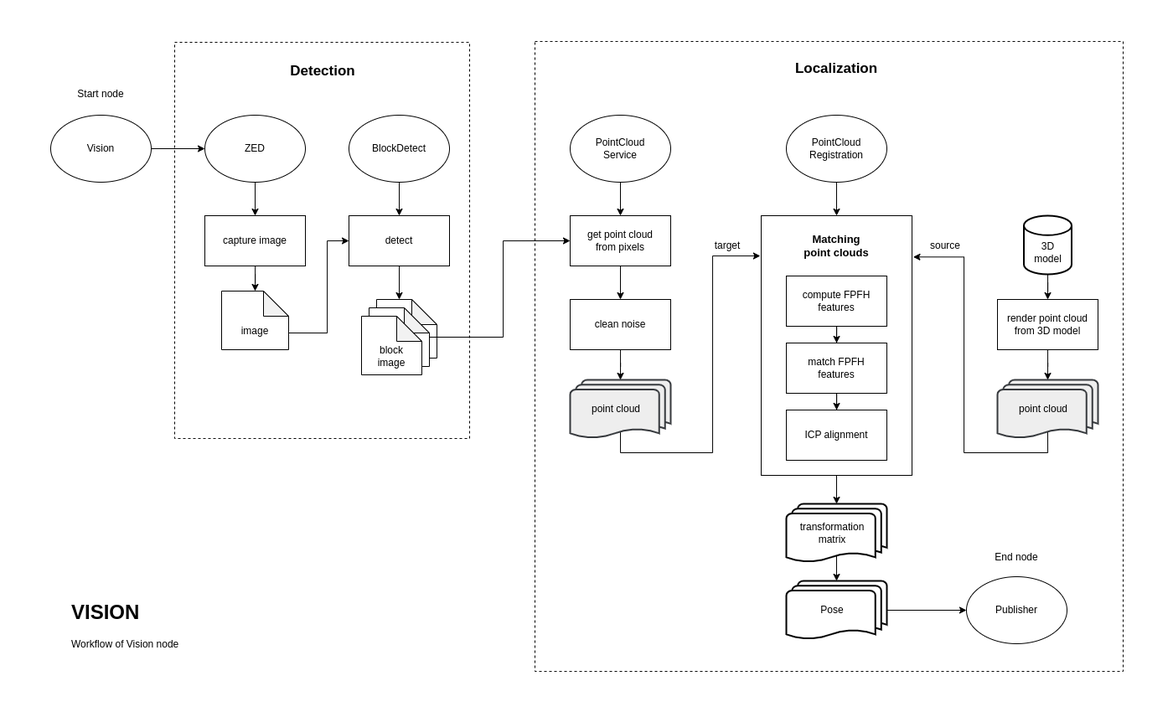
This is docs/design-vision.png from anhtuduong/UR5LegoVision, a draw.io export, as it was before one commit. Source tidied: cells renumbered, new cells last; positions are measured from the earlier drawing's top-left corner, leaving out a move shared by most shapes.
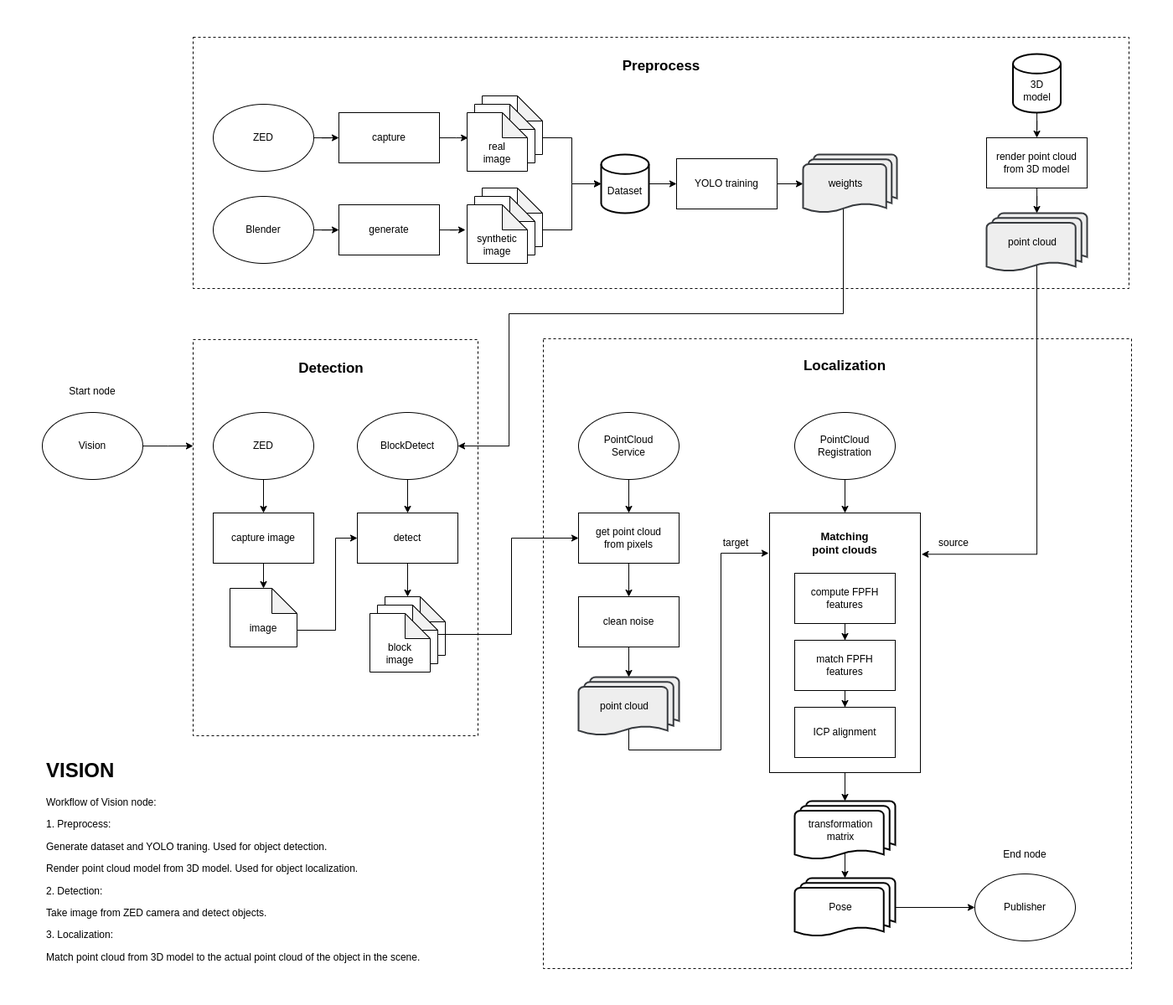
Above is the later version.

Diff of the diagram source:
```diff
@@ -2,6 +2,9 @@
   <root>
     <mxCell id="0" />
     <mxCell id="1" parent="0" />
+    <mxCell id="58" style="rounded=0;whiteSpace=wrap;html=1;dashed=1;" parent="1" vertex="1">
+      <mxGeometry x="160" y="-360" width="1117" height="300" as="geometry" />
+    </mxCell>
     <mxCell id="2" style="rounded=0;whiteSpace=wrap;html=1;dashed=1;" parent="1" vertex="1">
       <mxGeometry x="578" width="702" height="752" as="geometry" />
     </mxCell>
@@ -12,7 +15,7 @@
       <mxGeometry x="848" y="208" width="180" height="310" as="geometry" />
     </mxCell>
     <mxCell id="5" style="rounded=0;whiteSpace=wrap;html=1;dashed=1;" parent="1" vertex="1">
-      <mxGeometry x="148" y="1" width="352" height="473" as="geometry" />
+      <mxGeometry x="160" y="1" width="340" height="473" as="geometry" />
     </mxCell>
     <mxCell id="6" value="detect" style="rounded=0;whiteSpace=wrap;html=1;" parent="1" vertex="1">
       <mxGeometry x="356" y="208" width="120" height="60" as="geometry" />
@@ -98,22 +101,20 @@
       <mxGeometry relative="1" as="geometry" />
     </mxCell>
     <mxCell id="30" value="3D&lt;br&gt;model" style="strokeWidth=2;html=1;shape=mxgraph.flowchart.database;whiteSpace=wrap;spacingTop=17;" parent="1" vertex="1">
-      <mxGeometry x="1161.5" y="208" width="57" height="70" as="geometry" />
+      <mxGeometry x="1138.5" y="-340" width="57" height="70" as="geometry" />
     </mxCell>
     <mxCell id="31" value="render point cloud&lt;br&gt;from 3D model" style="rounded=0;whiteSpace=wrap;html=1;" parent="1" vertex="1">
-      <mxGeometry x="1130" y="308" width="120" height="60" as="geometry" />
+      <mxGeometry x="1107" y="-240" width="120" height="60" as="geometry" />
     </mxCell>
     <mxCell id="32" style="edgeStyle=orthogonalEdgeStyle;rounded=0;jettySize=auto;html=1;exitX=0.5;exitY=0.88;exitDx=0;exitDy=0;exitPerimeter=0;entryX=1.008;entryY=0.159;entryDx=0;entryDy=0;entryPerimeter=0;" parent="1" edge="1" source="33" target="4">
       <mxGeometry relative="1" as="geometry">
         <Array as="points">
-          <mxPoint x="1190" y="491" />
-          <mxPoint x="1090" y="491" />
-          <mxPoint x="1090" y="257" />
+          <mxPoint x="1167" y="257" />
         </Array>
       </mxGeometry>
     </mxCell>
     <mxCell id="33" value="point cloud" style="strokeWidth=2;html=1;shape=mxgraph.flowchart.multi-document;whiteSpace=wrap;spacingRight=10;fillColor=#eeeeee;strokeColor=#36393d;" parent="1" vertex="1">
-      <mxGeometry x="1130" y="404" width="120" height="70" as="geometry" />
+      <mxGeometry x="1107" y="-150" width="120" height="70" as="geometry" />
     </mxCell>
     <mxCell id="34" style="edgeStyle=orthogonalEdgeStyle;rounded=0;jettySize=auto;html=1;entryX=0.5;entryY=0;entryDx=0;entryDy=0;entryPerimeter=0;" parent="1" edge="1" source="31" target="33">
       <mxGeometry relative="1" as="geometry" />
@@ -149,7 +150,7 @@
       <mxGeometry x="878" y="644" width="120" height="70" as="geometry" />
     </mxCell>
     <mxCell id="45" style="group;" parent="1" vertex="1">
-      <mxGeometry y="48" width="120" height="120" as="geometry" />
+      <mxGeometry x="-20" y="48" width="120" height="120" as="geometry" />
     </mxCell>
     <mxCell id="46" value="Start node" style="text;html=1;strokeColor=none;fillColor=none;align=center;verticalAlign=middle;whiteSpace=wrap;rounded=0;" parent="45" vertex="1">
       <mxGeometry x="30" width="60" height="30" as="geometry" />
@@ -157,8 +158,10 @@
     <mxCell id="47" value="Vision" style="ellipse;whiteSpace=wrap;html=1;" parent="45" vertex="1">
       <mxGeometry y="40" width="120" height="80" as="geometry" />
     </mxCell>
-    <mxCell id="48" style="edgeStyle=orthogonalEdgeStyle;rounded=0;jettySize=auto;html=1;entryX=0;entryY=0.5;entryDx=0;entryDy=0;" parent="1" edge="1" source="47" target="8">
-      <mxGeometry relative="1" as="geometry" />
+    <mxCell id="48" style="edgeStyle=orthogonalEdgeStyle;rounded=0;jettySize=auto;html=1;" parent="1" edge="1" source="47">
+      <mxGeometry relative="1" as="geometry">
+        <mxPoint x="160" y="128" as="targetPoint" />
+      </mxGeometry>
     </mxCell>
     <mxCell id="49" style="edgeStyle=orthogonalEdgeStyle;rounded=0;jettySize=auto;html=1;entryX=0.5;entryY=0;entryDx=0;entryDy=0;entryPerimeter=0;" parent="1" edge="1" source="50" target="13">
       <mxGeometry relative="1" as="geometry" />
@@ -189,8 +192,89 @@
     <mxCell id="56" value="End node" style="text;html=1;strokeColor=none;fillColor=none;align=center;verticalAlign=middle;whiteSpace=wrap;rounded=0;" parent="1" vertex="1">
       <mxGeometry x="1123" y="601" width="60" height="30" as="geometry" />
     </mxCell>
-    <mxCell id="57" value="&lt;h1&gt;VISION&lt;/h1&gt;&lt;p&gt;Workflow of Vision node&lt;/p&gt;" style="text;html=1;strokeColor=none;fillColor=none;spacing=5;spacingTop=-20;whiteSpace=wrap;overflow=hidden;rounded=0;" parent="1" vertex="1">
-      <mxGeometry x="20" y="662" width="190" height="90" as="geometry" />
+    <mxCell id="57" value="&lt;h1&gt;VISION&lt;/h1&gt;&lt;p&gt;Workflow of Vision node:&lt;/p&gt;&lt;p&gt;1. Preprocess:&lt;/p&gt;&lt;p&gt;Generate dataset and YOLO traning. Used for object detection.&lt;/p&gt;&lt;p&gt;Render point cloud model from 3D model. Used for object localization.&lt;/p&gt;&lt;p&gt;2. Detection:&lt;/p&gt;&lt;p&gt;Take image from ZED camera and detect objects.&lt;/p&gt;&lt;p&gt;3. Localization:&lt;/p&gt;&lt;p&gt;Match point cloud from 3D model to the actual point cloud of the object in the scene.&lt;/p&gt;" style="text;html=1;strokeColor=none;fillColor=none;spacing=5;spacingTop=-20;whiteSpace=wrap;overflow=hidden;rounded=0;" parent="1" vertex="1">
+      <mxGeometry x="-20" y="496" width="456" height="256" as="geometry" />
     </mxCell>
+    <mxCell id="59" style="edgeStyle=orthogonalEdgeStyle;rounded=0;jettySize=auto;html=1;entryX=0;entryY=0.5;entryDx=0;entryDy=0;" parent="1" edge="1" source="60" target="62">
+      <mxGeometry relative="1" as="geometry" />
+    </mxCell>
+    <mxCell id="60" value="ZED" style="ellipse;whiteSpace=wrap;html=1;" parent="1" vertex="1">
+      <mxGeometry x="184" y="-280" width="120" height="80" as="geometry" />
+    </mxCell>
+    <mxCell id="61" style="edgeStyle=orthogonalEdgeStyle;rounded=0;jettySize=auto;html=1;entryX=0.016;entryY=0.431;entryDx=0;entryDy=0;entryPerimeter=0;" parent="1" edge="1" source="62" target="66">
+      <mxGeometry relative="1" as="geometry" />
+    </mxCell>
+    <mxCell id="62" value="capture" style="rounded=0;whiteSpace=wrap;html=1;" parent="1" vertex="1">
+      <mxGeometry x="334" y="-270" width="120" height="60" as="geometry" />
+    </mxCell>
+    <mxCell id="63" style="group;" parent="1" vertex="1">
+      <mxGeometry x="487" y="-290" width="90" height="90" as="geometry" />
+    </mxCell>
+    <mxCell id="64" value="block&lt;br&gt;image" style="shape=note;whiteSpace=wrap;html=1;backgroundOutline=1;darkOpacity=0.05;verticalAlign=bottom;labelPosition=center;verticalLabelPosition=middle;align=center;spacingBottom=5;" parent="63" vertex="1">
+      <mxGeometry x="18" width="72" height="70" as="geometry" />
+    </mxCell>
+    <mxCell id="65" value="block&lt;br&gt;image" style="shape=note;whiteSpace=wrap;html=1;backgroundOutline=1;darkOpacity=0.05;verticalAlign=bottom;labelPosition=center;verticalLabelPosition=middle;align=center;spacingBottom=5;" parent="63" vertex="1">
+      <mxGeometry x="9" y="10" width="72" height="70" as="geometry" />
+    </mxCell>
+    <mxCell id="66" value="real&lt;br&gt;image" style="shape=note;whiteSpace=wrap;html=1;backgroundOutline=1;darkOpacity=0.05;verticalAlign=bottom;labelPosition=center;verticalLabelPosition=middle;align=center;spacingBottom=5;" parent="63" vertex="1">
+      <mxGeometry y="20" width="72" height="70" as="geometry" />
+    </mxCell>
+    <mxCell id="67" style="edgeStyle=orthogonalEdgeStyle;rounded=0;jettySize=auto;html=1;entryX=0;entryY=0.5;entryDx=0;entryDy=0;" parent="1" edge="1" source="68" target="70">
+      <mxGeometry relative="1" as="geometry" />
+    </mxCell>
+    <mxCell id="68" value="Blender" style="ellipse;whiteSpace=wrap;html=1;" parent="1" vertex="1">
+      <mxGeometry x="184" y="-170" width="120" height="80" as="geometry" />
+    </mxCell>
+    <mxCell id="69" style="edgeStyle=orthogonalEdgeStyle;rounded=0;jettySize=auto;html=1;entryX=-0.028;entryY=0.429;entryDx=0;entryDy=0;entryPerimeter=0;" parent="1" edge="1" source="70" target="74">
+      <mxGeometry relative="1" as="geometry" />
+    </mxCell>
+    <mxCell id="70" value="generate" style="rounded=0;whiteSpace=wrap;html=1;" parent="1" vertex="1">
+      <mxGeometry x="334" y="-160" width="120" height="60" as="geometry" />
+    </mxCell>
+    <mxCell id="71" style="group;" parent="1" vertex="1">
+      <mxGeometry x="487" y="-180" width="90" height="90" as="geometry" />
+    </mxCell>
+    <mxCell id="72" value="block&lt;br&gt;image" style="shape=note;whiteSpace=wrap;html=1;backgroundOutline=1;darkOpacity=0.05;verticalAlign=bottom;labelPosition=center;verticalLabelPosition=middle;align=center;spacingBottom=5;" parent="71" vertex="1">
+      <mxGeometry x="18" width="72" height="70" as="geometry" />
+    </mxCell>
+    <mxCell id="73" value="block&lt;br&gt;image" style="shape=note;whiteSpace=wrap;html=1;backgroundOutline=1;darkOpacity=0.05;verticalAlign=bottom;labelPosition=center;verticalLabelPosition=middle;align=center;spacingBottom=5;" parent="71" vertex="1">
+      <mxGeometry x="9" y="10" width="72" height="70" as="geometry" />
+    </mxCell>
+    <mxCell id="74" value="synthetic&lt;br&gt;image" style="shape=note;whiteSpace=wrap;html=1;backgroundOutline=1;darkOpacity=0.05;verticalAlign=bottom;labelPosition=center;verticalLabelPosition=middle;align=center;spacingBottom=5;" parent="71" vertex="1">
+      <mxGeometry y="20" width="72" height="70" as="geometry" />
+    </mxCell>
+    <mxCell id="75" style="edgeStyle=orthogonalEdgeStyle;rounded=0;jettySize=auto;html=1;entryX=0;entryY=0.5;entryDx=0;entryDy=0;" parent="1" edge="1" source="76" target="80">
+      <mxGeometry relative="1" as="geometry" />
+    </mxCell>
+    <mxCell id="76" value="Dataset" style="strokeWidth=2;html=1;shape=mxgraph.flowchart.database;whiteSpace=wrap;spacingTop=17;" parent="1" vertex="1">
+      <mxGeometry x="647" y="-220" width="57" height="70" as="geometry" />
+    </mxCell>
+    <mxCell id="77" style="edgeStyle=orthogonalEdgeStyle;rounded=0;jettySize=auto;html=1;exitX=0;exitY=0;exitDx=72;exitDy=50;exitPerimeter=0;entryX=0;entryY=0.5;entryDx=0;entryDy=0;entryPerimeter=0;" parent="1" edge="1" source="64" target="76">
+      <mxGeometry relative="1" as="geometry" />
+    </mxCell>
+    <mxCell id="78" style="edgeStyle=orthogonalEdgeStyle;rounded=0;jettySize=auto;html=1;exitX=0;exitY=0;exitDx=72;exitDy=50;exitPerimeter=0;entryX=0;entryY=0.5;entryDx=0;entryDy=0;entryPerimeter=0;" parent="1" edge="1" source="72" target="76">
+      <mxGeometry relative="1" as="geometry" />
+    </mxCell>
+    <mxCell id="79" style="edgeStyle=orthogonalEdgeStyle;rounded=0;jettySize=auto;html=1;entryX=0;entryY=0.5;entryDx=0;entryDy=0;entryPerimeter=0;" parent="1" edge="1" source="80" target="82">
+      <mxGeometry relative="1" as="geometry" />
+    </mxCell>
+    <mxCell id="80" value="YOLO training" style="rounded=0;whiteSpace=wrap;html=1;" parent="1" vertex="1">
+      <mxGeometry x="737" y="-215" width="120" height="60" as="geometry" />
+    </mxCell>
+    <mxCell id="81" style="edgeStyle=orthogonalEdgeStyle;rounded=0;jettySize=auto;html=1;exitX=0.5;exitY=0.88;exitDx=0;exitDy=0;exitPerimeter=0;entryX=1;entryY=0.5;entryDx=0;entryDy=0;" parent="1" edge="1" source="82" target="10">
+      <mxGeometry relative="1" as="geometry">
+        <Array as="points">
+          <mxPoint x="936" y="-30" />
+          <mxPoint x="537" y="-30" />
+          <mxPoint x="537" y="128" />
+        </Array>
+      </mxGeometry>
+    </mxCell>
+    <mxCell id="82" value="weights" style="strokeWidth=2;html=1;shape=mxgraph.flowchart.multi-document;whiteSpace=wrap;spacingRight=10;fillColor=#eeeeee;strokeColor=#36393d;" parent="1" vertex="1">
+      <mxGeometry x="888" y="-220" width="112" height="70" as="geometry" />
+    </mxCell>
+    <mxCell id="83" value="Preprocess" style="text;html=1;strokeColor=none;fillColor=none;align=center;verticalAlign=middle;whiteSpace=wrap;rounded=0;fontSize=17;fontStyle=1;" parent="1" vertex="1">
+      <mxGeometry x="668.5" y="-340" width="100" height="30" as="geometry" />
+    </mxCell>
   </root>
 </mxGraphModel>
```
